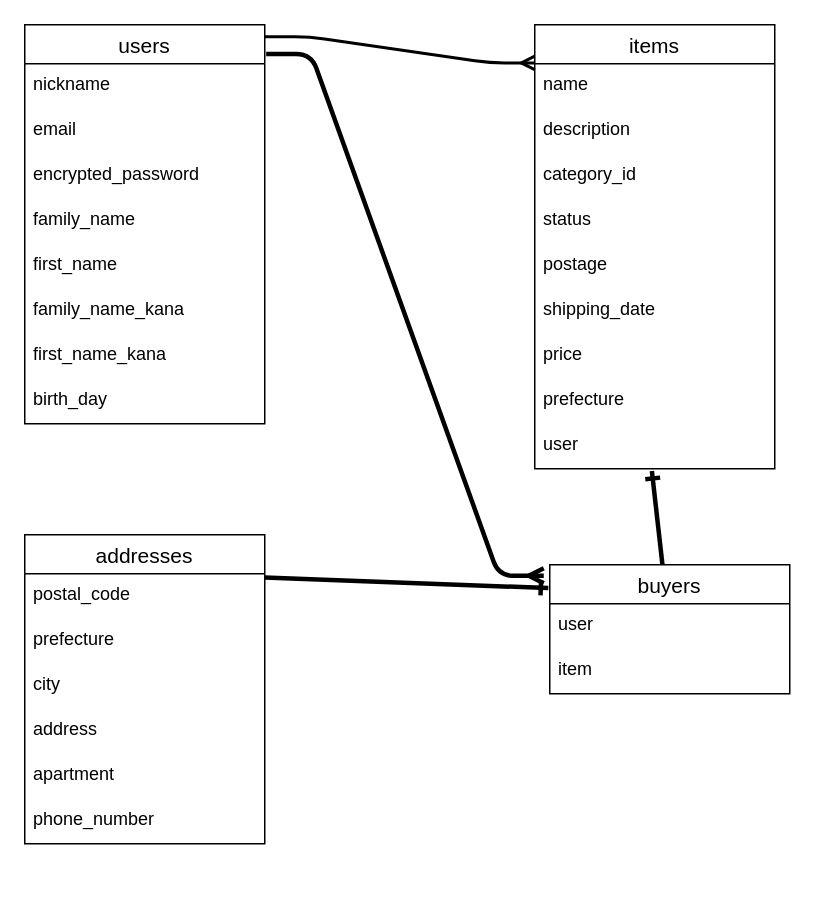
Hashiguchi0828/furima-38564 keeps this draw.io diagram as .dio. Above is the earlier version. Source tidied: cells renumbered, new cells numbered last; positions are measured from the earlier drawing's top-left corner, leaving out a move shared by most shapes. Both pictures are drawn from the tidied source at 150%, with x=0, y=0 at pixel (24, 24).
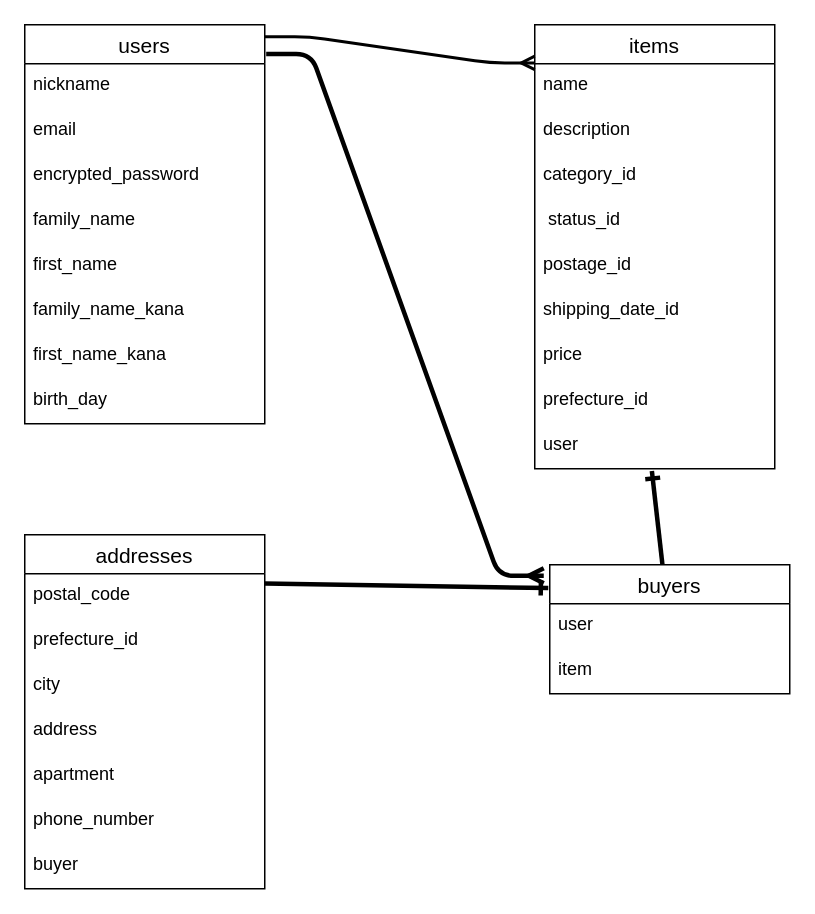
The same page after the edit.

Commit message (it also covers changes not shown here):
データベース設計修正

Unchanged cells that the change refers to:
```xml
<mxCell id="11" value="items" style="swimlane;fontStyle=0;horizontal=1;startSize=26;align=center;fontSize=14;" parent="1" vertex="1">
  <mxGeometry x="340" width="160" height="296" as="geometry" />
</mxCell>
```

What changed in the source:
```diff
@@
-    <mxCell id="15" value="status" style="text;strokeColor=none;fillColor=none;spacingLeft=4;spacingRight=4;overflow=hidden;fontSize=12;" parent="11" vertex="1">
+    <mxCell id="15" value=" status_id" style="text;strokeColor=none;fillColor=none;spacingLeft=4;spacingRight=4;overflow=hidden;fontSize=12;" parent="11" vertex="1">
       <mxGeometry y="116" width="160" height="30" as="geometry" />
     </mxCell>
-    <mxCell id="16" value="postage" style="text;strokeColor=none;fillColor=none;spacingLeft=4;spacingRight=4;overflow=hidden;fontSize=12;" parent="11" vertex="1">
+    <mxCell id="16" value="postage_id" style="text;strokeColor=none;fillColor=none;spacingLeft=4;spacingRight=4;overflow=hidden;fontSize=12;" parent="11" vertex="1">
       <mxGeometry y="146" width="160" height="30" as="geometry" />
     </mxCell>
-    <mxCell id="17" value="shipping_date" style="text;strokeColor=none;fillColor=none;spacingLeft=4;spacingRight=4;overflow=hidden;fontSize=12;" parent="11" vertex="1">
+    <mxCell id="17" value="shipping_date_id" style="text;strokeColor=none;fillColor=none;spacingLeft=4;spacingRight=4;overflow=hidden;fontSize=12;" parent="11" vertex="1">
       <mxGeometry y="176" width="160" height="30" as="geometry" />
     </mxCell>
@@
-    <mxCell id="19" value="prefecture" style="text;strokeColor=none;fillColor=none;spacingLeft=4;spacingRight=4;overflow=hidden;fontSize=12;" parent="11" vertex="1">
+    <mxCell id="19" value="prefecture_id" style="text;strokeColor=none;fillColor=none;spacingLeft=4;spacingRight=4;overflow=hidden;fontSize=12;" parent="11" vertex="1">
       <mxGeometry y="236" width="160" height="30" as="geometry" />
     </mxCell>
@@
     <mxCell id="24" value="addresses" style="swimlane;fontStyle=0;horizontal=1;startSize=26;align=center;fontSize=14;" parent="1" vertex="1">
-      <mxGeometry y="340" width="160" height="206" as="geometry" />
+      <mxGeometry y="340" width="160" height="236" as="geometry" />
     </mxCell>
@@
-    <mxCell id="26" value="prefecture" style="text;strokeColor=none;fillColor=none;spacingLeft=4;spacingRight=4;overflow=hidden;fontSize=12;" parent="24" vertex="1">
+    <mxCell id="26" value="prefecture_id" style="text;strokeColor=none;fillColor=none;spacingLeft=4;spacingRight=4;overflow=hidden;fontSize=12;" parent="24" vertex="1">
       <mxGeometry y="56" width="160" height="30" as="geometry" />
     </mxCell>
@@
+    <mxCell id="35" value="buyer" style="text;strokeColor=none;fillColor=none;spacingLeft=4;spacingRight=4;overflow=hidden;fontSize=12;" parent="24" vertex="1">
+      <mxGeometry y="206" width="160" height="30" as="geometry" />
+    </mxCell>
```
